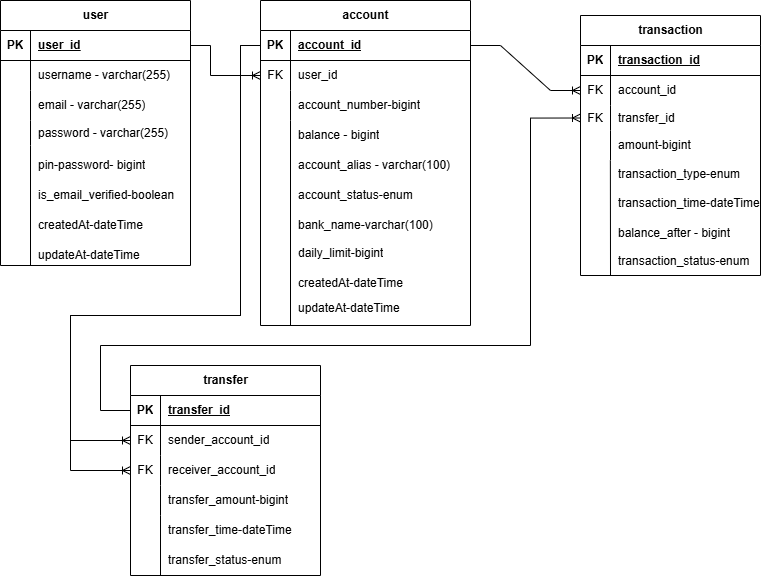
This is src/ZB-fintech.drawio.png from mingang211/ZB-fintech, a draw.io export, as it was before one commit. Source tidied: cells renumbered, new cells last; positions are measured from the earlier drawing's top-left corner, leaving out a move shared by most shapes.
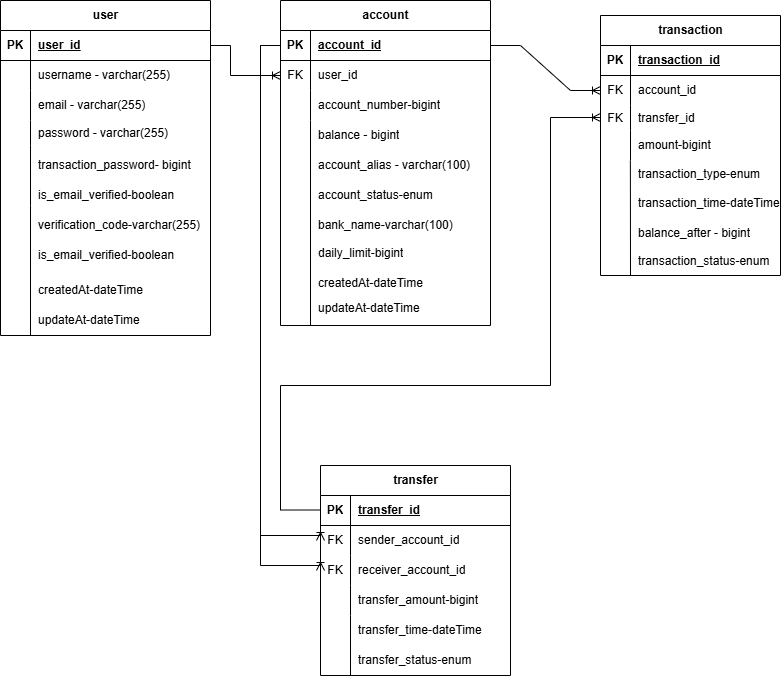
Later version of the same file.

Commit message:
#3 회원 가입 기능 구현 ZB-fintech.drawio.png 수정

What changed in the source:
```diff
@@ -3,43 +3,43 @@
     <mxCell id="0" />
     <mxCell id="1" parent="0" />
     <mxCell id="2" value="user" style="shape=table;startSize=30;rowLines=0;fontStyle=1;align=center;html=1;" parent="1" vertex="1">
-      <mxGeometry width="190" height="265" as="geometry" />
+      <mxGeometry x="-20" width="210" height="335" as="geometry" />
     </mxCell>
     <mxCell id="3" style="shape=tableRow;horizontal=0;startSize=0;swimlaneHead=0;swimlaneBody=0;fillColor=none;points=[[0,0.5],[1,0.5]];portConstraint=eastwest;top=0;left=0;right=0;bottom=1;" parent="2" vertex="1">
-      <mxGeometry y="30" width="190" height="30" as="geometry" />
+      <mxGeometry y="30" width="210" height="30" as="geometry" />
     </mxCell>
     <mxCell id="4" value="PK" style="shape=partialRectangle;fillColor=none;top=0;left=0;bottom=0;right=0;fontStyle=1;overflow=hidden;whiteSpace=wrap;html=1;" parent="3" vertex="1">
       <mxGeometry width="30" height="30" as="geometry" />
     </mxCell>
     <mxCell id="5" value="user_id" style="shape=partialRectangle;fillColor=none;top=0;left=0;bottom=0;right=0;align=left;spacingLeft=6;fontStyle=5;overflow=hidden;whiteSpace=wrap;html=1;" parent="3" vertex="1">
-      <mxGeometry x="30" width="160" height="30" as="geometry" />
+      <mxGeometry x="30" width="180" height="30" as="geometry" />
     </mxCell>
     <mxCell id="6" style="shape=tableRow;horizontal=0;startSize=0;swimlaneHead=0;swimlaneBody=0;fillColor=none;top=0;left=0;right=0;bottom=0;" parent="2" vertex="1">
-      <mxGeometry y="60" width="190" height="30" as="geometry" />
+      <mxGeometry y="60" width="210" height="30" as="geometry" />
     </mxCell>
     <mxCell id="7" style="shape=partialRectangle;fillColor=none;top=0;left=0;bottom=0;right=0;overflow=hidden;whiteSpace=wrap;html=1;" parent="6" vertex="1">
       <mxGeometry width="30" height="30" as="geometry" />
     </mxCell>
     <mxCell id="8" value="username - varchar(255)" style="shape=partialRectangle;fillColor=none;top=0;left=0;bottom=0;right=0;align=left;spacingLeft=6;overflow=hidden;whiteSpace=wrap;html=1;" parent="6" vertex="1">
-      <mxGeometry x="30" width="160" height="30" as="geometry" />
+      <mxGeometry x="30" width="180" height="30" as="geometry" />
     </mxCell>
     <mxCell id="9" style="shape=tableRow;horizontal=0;startSize=0;swimlaneHead=0;swimlaneBody=0;fillColor=none;top=0;left=0;right=0;bottom=0;" parent="2" vertex="1">
-      <mxGeometry y="90" width="190" height="30" as="geometry" />
+      <mxGeometry y="90" width="210" height="30" as="geometry" />
     </mxCell>
     <mxCell id="10" style="shape=partialRectangle;fillColor=none;top=0;left=0;bottom=0;right=0;overflow=hidden;whiteSpace=wrap;html=1;" parent="9" vertex="1">
       <mxGeometry width="30" height="30" as="geometry" />
     </mxCell>
     <mxCell id="11" value="email - varchar(255)" style="shape=partialRectangle;fillColor=none;top=0;left=0;bottom=0;right=0;align=left;spacingLeft=6;overflow=hidden;whiteSpace=wrap;html=1;" parent="9" vertex="1">
-      <mxGeometry x="30" width="160" height="30" as="geometry" />
+      <mxGeometry x="30" width="180" height="30" as="geometry" />
     </mxCell>
     <mxCell id="12" style="shape=tableRow;horizontal=0;startSize=0;swimlaneHead=0;swimlaneBody=0;fillColor=none;top=0;left=0;right=0;bottom=0;" parent="2" vertex="1">
-      <mxGeometry y="120" width="190" height="25" as="geometry" />
+      <mxGeometry y="120" width="210" height="25" as="geometry" />
     </mxCell>
     <mxCell id="13" style="shape=partialRectangle;fillColor=none;top=0;left=0;bottom=0;right=0;overflow=hidden;whiteSpace=wrap;html=1;" parent="12" vertex="1">
       <mxGeometry width="30" height="25" as="geometry" />
     </mxCell>
     <mxCell id="14" value="password - varchar(255)" style="shape=partialRectangle;fillColor=none;top=0;left=0;bottom=0;right=0;align=left;spacingLeft=6;overflow=hidden;whiteSpace=wrap;html=1;" parent="12" vertex="1">
-      <mxGeometry x="30" width="160" height="25" as="geometry" />
+      <mxGeometry x="30" width="180" height="25" as="geometry" />
     </mxCell>
     <mxCell id="15" value="account" style="shape=table;startSize=30;rowLines=0;fontStyle=1;align=center;html=1;" parent="1" vertex="1">
       <mxGeometry x="260" width="210" height="325" as="geometry" />
@@ -119,16 +119,19 @@
     <mxCell id="40" value="amount-bigint" style="shape=partialRectangle;fillColor=none;top=0;left=0;bottom=0;right=0;align=left;spacingLeft=6;overflow=hidden;whiteSpace=wrap;html=1;" parent="38" vertex="1">
       <mxGeometry x="30" width="150" height="30" as="geometry" />
     </mxCell>
-    <mxCell id="41" value="pin-password- bigint" style="shape=partialRectangle;fillColor=none;top=0;left=0;bottom=0;right=0;align=left;spacingLeft=6;overflow=hidden;whiteSpace=wrap;html=1;" parent="1" vertex="1">
-      <mxGeometry x="30" y="150" width="150" height="30" as="geometry" />
+    <mxCell id="41" value="transaction_password- bigint" style="shape=partialRectangle;fillColor=none;top=0;left=0;bottom=0;right=0;align=left;spacingLeft=6;overflow=hidden;whiteSpace=wrap;html=1;" parent="1" vertex="1">
+      <mxGeometry x="10" y="150" width="180" height="30" as="geometry" />
     </mxCell>
     <mxCell id="42" value="is_email_verified-boolean" style="shape=partialRectangle;fillColor=none;top=0;left=0;bottom=0;right=0;align=left;spacingLeft=6;overflow=hidden;whiteSpace=wrap;html=1;" parent="1" vertex="1">
-      <mxGeometry x="30" y="180" width="150" height="30" as="geometry" />
+      <mxGeometry x="10" y="180" width="170" height="30" as="geometry" />
     </mxCell>
     <mxCell id="43" style="endArrow=none;html=1;rounded=0;" parent="1" edge="1">
       <mxGeometry relative="1" as="geometry">
-        <mxPoint x="30" y="265" as="sourcePoint" />
-        <mxPoint x="30" y="145" as="targetPoint" />
+        <mxPoint x="10" y="335" as="sourcePoint" />
+        <mxPoint x="10" y="145" as="targetPoint" />
+        <Array as="points">
+          <mxPoint x="10" y="205" />
+        </Array>
       </mxGeometry>
     </mxCell>
     <mxCell id="44" value="bank_name-varchar(100)" style="shape=partialRectangle;fillColor=none;top=0;left=0;bottom=0;right=0;align=left;spacingLeft=6;overflow=hidden;whiteSpace=wrap;html=1;" parent="1" vertex="1">
@@ -161,7 +164,7 @@
       <mxGeometry x="610" y="160" width="150" height="27.5" as="geometry" />
     </mxCell>
     <mxCell id="52" value="transfer" style="shape=table;startSize=30;rowLines=0;fontStyle=1;align=center;html=1;" parent="1" vertex="1">
-      <mxGeometry x="130" y="365" width="190" height="210" as="geometry" />
+      <mxGeometry x="300" y="465" width="190" height="210" as="geometry" />
     </mxCell>
     <mxCell id="53" style="shape=tableRow;horizontal=0;startSize=0;swimlaneHead=0;swimlaneBody=0;fillColor=none;points=[[0,0.5],[1,0.5]];portConstraint=eastwest;top=0;left=0;right=0;bottom=1;" parent="52" vertex="1">
       <mxGeometry y="30" width="190" height="30" as="geometry" />
@@ -200,15 +203,15 @@
       <mxGeometry x="30" width="160" height="30" as="geometry" />
     </mxCell>
     <mxCell id="65" value="transfer_time-dateTime" style="shape=partialRectangle;fillColor=none;top=0;left=0;bottom=0;right=0;align=left;spacingLeft=6;overflow=hidden;whiteSpace=wrap;html=1;" parent="1" vertex="1">
-      <mxGeometry x="160" y="515" width="150" height="30" as="geometry" />
+      <mxGeometry x="330" y="615" width="150" height="30" as="geometry" />
     </mxCell>
     <mxCell id="66" value="transfer_status-enum" style="shape=partialRectangle;fillColor=none;top=0;left=0;bottom=0;right=0;align=left;spacingLeft=6;overflow=hidden;whiteSpace=wrap;html=1;" parent="1" vertex="1">
-      <mxGeometry x="160" y="545" width="150" height="30" as="geometry" />
+      <mxGeometry x="330" y="645" width="150" height="30" as="geometry" />
     </mxCell>
     <mxCell id="67" style="endArrow=none;html=1;rounded=0;" parent="1" edge="1">
       <mxGeometry relative="1" as="geometry">
-        <mxPoint x="160" y="575" as="sourcePoint" />
-        <mxPoint x="160" y="515" as="targetPoint" />
+        <mxPoint x="330" y="675" as="sourcePoint" />
+        <mxPoint x="330" y="615" as="targetPoint" />
       </mxGeometry>
     </mxCell>
     <mxCell id="68" style="edgeStyle=orthogonalEdgeStyle;fontSize=12;html=1;endArrow=ERoneToMany;rounded=0;exitX=1;exitY=0.5;exitDx=0;exitDy=0;entryX=0;entryY=0.5;entryDx=0;entryDy=0;" parent="1" edge="1" source="3" target="19">
@@ -233,9 +236,8 @@
       <mxGeometry relative="1" as="geometry">
         <Array as="points">
           <mxPoint x="240" y="45" />
-          <mxPoint x="240" y="315" />
-          <mxPoint x="70" y="315" />
-          <mxPoint x="70" y="440" />
+          <mxPoint x="240" y="535" />
+          <mxPoint x="300" y="535" />
         </Array>
       </mxGeometry>
     </mxCell>
@@ -243,14 +245,13 @@
       <mxGeometry relative="1" as="geometry">
         <Array as="points">
           <mxPoint x="240" y="45" />
-          <mxPoint x="240" y="315" />
-          <mxPoint x="70" y="315" />
-          <mxPoint x="70" y="470" />
+          <mxPoint x="240" y="565" />
+          <mxPoint x="300" y="565" />
         </Array>
       </mxGeometry>
     </mxCell>
     <mxCell id="72" value="createdAt-dateTime" style="shape=partialRectangle;fillColor=none;top=0;left=0;bottom=0;right=0;align=left;spacingLeft=6;overflow=hidden;whiteSpace=wrap;html=1;" parent="1" vertex="1">
-      <mxGeometry x="30" y="210" width="150" height="30" as="geometry" />
+      <mxGeometry x="10" y="275" width="170" height="30" as="geometry" />
     </mxCell>
     <mxCell id="73" value="account_alias - varchar(100)" style="shape=partialRectangle;fillColor=none;top=0;left=0;bottom=0;right=0;align=left;spacingLeft=6;overflow=hidden;whiteSpace=wrap;html=1;" parent="1" vertex="1">
       <mxGeometry x="290" y="150" width="180" height="30" as="geometry" />
@@ -259,7 +260,7 @@
       <mxGeometry x="290" y="270" width="150" height="25" as="geometry" />
     </mxCell>
     <mxCell id="75" value="updateAt-dateTime" style="shape=partialRectangle;fillColor=none;top=0;left=0;bottom=0;right=0;align=left;spacingLeft=6;overflow=hidden;whiteSpace=wrap;html=1;" parent="1" vertex="1">
-      <mxGeometry x="30" y="240" width="150" height="30" as="geometry" />
+      <mxGeometry x="10" y="305" width="170" height="30" as="geometry" />
     </mxCell>
     <mxCell id="76" value="updateAt-dateTime" style="shape=partialRectangle;fillColor=none;top=0;left=0;bottom=0;right=0;align=left;spacingLeft=6;overflow=hidden;whiteSpace=wrap;html=1;" parent="1" vertex="1">
       <mxGeometry x="290" y="295" width="150" height="25" as="geometry" />
@@ -267,15 +268,23 @@
     <mxCell id="77" value="transaction_status-enum" style="shape=partialRectangle;fillColor=none;top=0;left=0;bottom=0;right=0;align=left;spacingLeft=6;overflow=hidden;whiteSpace=wrap;html=1;" parent="1" vertex="1">
       <mxGeometry x="610" y="247.5" width="150" height="27.5" as="geometry" />
     </mxCell>
-    <mxCell id="78" style="edgeStyle=orthogonalEdgeStyle;fontSize=12;html=1;endArrow=ERoneToMany;rounded=0;entryX=0;entryY=0.5;entryDx=0;entryDy=0;exitX=0;exitY=0.5;exitDx=0;exitDy=0;" parent="1" edge="1" source="53" target="35">
+    <mxCell id="78" style="edgeStyle=orthogonalEdgeStyle;fontSize=12;html=1;endArrow=ERoneToMany;rounded=0;entryX=0;entryY=0.5;entryDx=0;entryDy=0;exitX=0;exitY=0.5;exitDx=0;exitDy=0;" parent="1" edge="1">
       <mxGeometry relative="1" as="geometry">
+        <mxPoint x="300" y="509.5" as="sourcePoint" />
+        <mxPoint x="580" y="117" as="targetPoint" />
         <Array as="points">
-          <mxPoint x="100" y="410" />
-          <mxPoint x="100" y="345" />
-          <mxPoint x="530" y="345" />
-          <mxPoint x="530" y="118" />
+          <mxPoint x="260" y="510" />
+          <mxPoint x="260" y="385" />
+          <mxPoint x="530" y="385" />
+          <mxPoint x="530" y="117" />
         </Array>
       </mxGeometry>
     </mxCell>
+    <mxCell id="79" value="verification_code-varchar(255)" style="shape=partialRectangle;fillColor=none;top=0;left=0;bottom=0;right=0;align=left;spacingLeft=6;overflow=hidden;whiteSpace=wrap;html=1;" parent="1" vertex="1">
+      <mxGeometry x="10" y="210" width="180" height="30" as="geometry" />
+    </mxCell>
+    <mxCell id="80" value="is_email_verified-boolean" style="shape=partialRectangle;fillColor=none;top=0;left=0;bottom=0;right=0;align=left;spacingLeft=6;overflow=hidden;whiteSpace=wrap;html=1;" parent="1" vertex="1">
+      <mxGeometry x="10" y="240" width="170" height="30" as="geometry" />
+    </mxCell>
   </root>
 </mxGraphModel>
```
